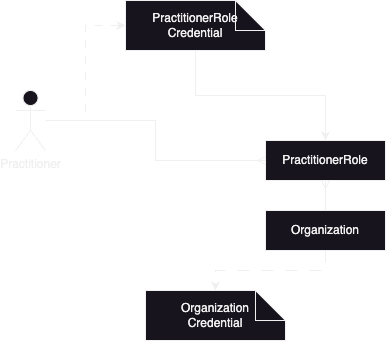
The draw.io diagram input/images/Trust_structure.png in SanteonNL/shared-care-planning, before a commit. Source tidied: cells renumbered, new cells last; positions are measured from the earlier drawing's top-left corner, leaving out a move shared by most shapes.
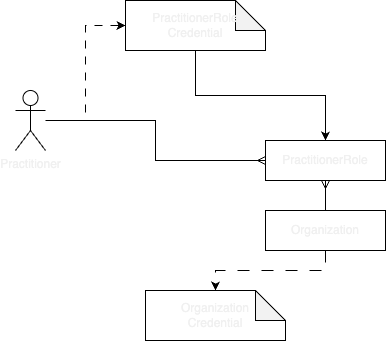
Above is the later version.

Change to the diagram source:
```diff
@@ -2,7 +2,7 @@
   <root>
     <mxCell id="0" />
     <mxCell id="1" parent="0" />
-    <mxCell id="2" style="edgeStyle=orthogonalEdgeStyle;rounded=0;jettySize=auto;html=1;endArrow=ERmany;endFill=0;" parent="1" edge="1" source="3" target="6">
+    <mxCell id="2" style="edgeStyle=orthogonalEdgeStyle;rounded=0;jettySize=auto;html=1;endArrow=ERmany;endFill=0;strokeColor=#000000;fillColor=#FFFFFF;" parent="1" edge="1" source="3" target="6">
       <mxGeometry relative="1" as="geometry">
         <Array as="points">
           <mxPoint x="140" y="120" />
@@ -10,31 +10,31 @@
         </Array>
       </mxGeometry>
     </mxCell>
-    <mxCell id="3" value="Practitioner" style="shape=umlActor;verticalLabelPosition=bottom;verticalAlign=top;html=1;outlineConnect=0;" parent="1" vertex="1">
+    <mxCell id="3" value="Practitioner" style="shape=umlActor;verticalLabelPosition=bottom;verticalAlign=top;html=1;outlineConnect=0;strokeColor=#000000;fillColor=#FFFFFF;" parent="1" vertex="1">
       <mxGeometry y="90" width="30" height="60" as="geometry" />
     </mxCell>
-    <mxCell id="4" style="edgeStyle=orthogonalEdgeStyle;rounded=0;jettySize=auto;html=1;entryX=0.5;entryY=0;entryDx=0;entryDy=0;" parent="1" edge="1" source="5" target="6">
+    <mxCell id="4" style="edgeStyle=orthogonalEdgeStyle;rounded=0;jettySize=auto;html=1;entryX=0.5;entryY=0;entryDx=0;entryDy=0;strokeColor=#000000;fillColor=#FFFFFF;" parent="1" edge="1" source="5" target="6">
       <mxGeometry relative="1" as="geometry" />
     </mxCell>
-    <mxCell id="5" value="&lt;div style=&quot;&quot;&gt;&lt;div style=&quot;&quot;&gt;PractitionerRole Credential&lt;/div&gt;&lt;div&gt;&lt;/div&gt;&lt;div&gt;&lt;/div&gt;&lt;/div&gt;&lt;div style=&quot;text-align: start;&quot;&gt;&lt;div&gt;&lt;/div&gt;&lt;/div&gt;" style="shape=note;whiteSpace=wrap;html=1;backgroundOutline=1;darkOpacity=0.05;" parent="1" vertex="1">
+    <mxCell id="5" value="&lt;div style=&quot;&quot;&gt;&lt;div style=&quot;&quot;&gt;PractitionerRole Credential&lt;/div&gt;&lt;div&gt;&lt;/div&gt;&lt;div&gt;&lt;/div&gt;&lt;/div&gt;&lt;div style=&quot;text-align: start;&quot;&gt;&lt;div&gt;&lt;/div&gt;&lt;/div&gt;" style="shape=note;whiteSpace=wrap;html=1;backgroundOutline=1;darkOpacity=0.05;strokeColor=#000000;fillColor=#FFFFFF;" parent="1" vertex="1">
       <mxGeometry x="110" width="140" height="50" as="geometry" />
     </mxCell>
-    <mxCell id="6" value="&lt;div style=&quot;text-align: start;&quot;&gt;PractitionerRole&lt;/div&gt;&lt;div style=&quot;text-align: start;&quot;&gt;&lt;div&gt;&lt;/div&gt;&lt;/div&gt;" style="rounded=0;whiteSpace=wrap;html=1;" parent="1" vertex="1">
+    <mxCell id="6" value="&lt;div style=&quot;text-align: start;&quot;&gt;PractitionerRole&lt;/div&gt;&lt;div style=&quot;text-align: start;&quot;&gt;&lt;div&gt;&lt;/div&gt;&lt;/div&gt;" style="rounded=0;whiteSpace=wrap;html=1;strokeColor=#000000;fillColor=#FFFFFF;" parent="1" vertex="1">
       <mxGeometry x="250" y="140" width="120" height="40" as="geometry" />
     </mxCell>
-    <mxCell id="7" style="edgeStyle=orthogonalEdgeStyle;rounded=0;jettySize=auto;html=1;entryX=0.5;entryY=1;entryDx=0;entryDy=0;endArrow=ERmany;endFill=0;" parent="1" edge="1" source="8" target="6">
+    <mxCell id="7" style="edgeStyle=orthogonalEdgeStyle;rounded=0;jettySize=auto;html=1;entryX=0.5;entryY=1;entryDx=0;entryDy=0;endArrow=ERmany;endFill=0;strokeColor=#000000;fillColor=#FFFFFF;" parent="1" edge="1" source="8" target="6">
       <mxGeometry relative="1" as="geometry" />
     </mxCell>
-    <mxCell id="8" value="&lt;div style=&quot;text-align: start;&quot;&gt;Organization&lt;br&gt;&lt;/div&gt;&lt;div style=&quot;text-align: start;&quot;&gt;&lt;div&gt;&lt;/div&gt;&lt;/div&gt;" style="rounded=0;whiteSpace=wrap;html=1;" parent="1" vertex="1">
+    <mxCell id="8" value="&lt;div style=&quot;text-align: start;&quot;&gt;Organization&lt;br&gt;&lt;/div&gt;&lt;div style=&quot;text-align: start;&quot;&gt;&lt;div&gt;&lt;/div&gt;&lt;/div&gt;" style="rounded=0;whiteSpace=wrap;html=1;strokeColor=#000000;fillColor=#FFFFFF;" parent="1" vertex="1">
       <mxGeometry x="250" y="210" width="120" height="40" as="geometry" />
     </mxCell>
-    <mxCell id="9" value="&lt;div style=&quot;&quot;&gt;&lt;div&gt;&lt;div style=&quot;&quot;&gt;&lt;span style=&quot;background-color: initial;&quot;&gt;Organization&lt;/span&gt;&lt;/div&gt;&lt;div style=&quot;&quot;&gt;&lt;span style=&quot;background-color: initial;&quot;&gt;Credential&lt;/span&gt;&lt;/div&gt;&lt;/div&gt;&lt;div&gt;&lt;/div&gt;&lt;div&gt;&lt;/div&gt;&lt;/div&gt;&lt;div style=&quot;text-align: start;&quot;&gt;&lt;div&gt;&lt;/div&gt;&lt;/div&gt;" style="shape=note;whiteSpace=wrap;html=1;backgroundOutline=1;darkOpacity=0.05;" parent="1" vertex="1">
+    <mxCell id="9" value="&lt;div style=&quot;&quot;&gt;&lt;div&gt;&lt;div style=&quot;&quot;&gt;&lt;span style=&quot;background-color: initial;&quot;&gt;Organization&lt;/span&gt;&lt;/div&gt;&lt;div style=&quot;&quot;&gt;&lt;span style=&quot;background-color: initial;&quot;&gt;Credential&lt;/span&gt;&lt;/div&gt;&lt;/div&gt;&lt;div&gt;&lt;/div&gt;&lt;div&gt;&lt;/div&gt;&lt;/div&gt;&lt;div style=&quot;text-align: start;&quot;&gt;&lt;div&gt;&lt;/div&gt;&lt;/div&gt;" style="shape=note;whiteSpace=wrap;html=1;backgroundOutline=1;darkOpacity=0.05;strokeColor=#000000;fillColor=#FFFFFF;" parent="1" vertex="1">
       <mxGeometry x="130" y="290" width="140" height="50" as="geometry" />
     </mxCell>
-    <mxCell id="10" style="edgeStyle=orthogonalEdgeStyle;rounded=0;jettySize=auto;html=1;entryX=0.5;entryY=0;entryDx=0;entryDy=0;entryPerimeter=0;dashed=1;dashPattern=12 12;" parent="1" edge="1" source="8" target="9">
+    <mxCell id="10" style="edgeStyle=orthogonalEdgeStyle;rounded=0;jettySize=auto;html=1;entryX=0.5;entryY=0;entryDx=0;entryDy=0;entryPerimeter=0;dashed=1;dashPattern=12 12;strokeColor=#000000;fillColor=#FFFFFF;" parent="1" edge="1" source="8" target="9">
       <mxGeometry relative="1" as="geometry" />
     </mxCell>
-    <mxCell id="11" style="edgeStyle=orthogonalEdgeStyle;rounded=0;jettySize=auto;html=1;entryX=0;entryY=0.5;entryDx=0;entryDy=0;entryPerimeter=0;dashed=1;dashPattern=8 8;" parent="1" edge="1" source="3" target="5">
+    <mxCell id="11" style="edgeStyle=orthogonalEdgeStyle;rounded=0;jettySize=auto;html=1;entryX=0;entryY=0.5;entryDx=0;entryDy=0;entryPerimeter=0;dashed=1;dashPattern=8 8;strokeColor=#000000;fillColor=#FFFFFF;" parent="1" edge="1" source="3" target="5">
       <mxGeometry relative="1" as="geometry" />
     </mxCell>
   </root>
```
